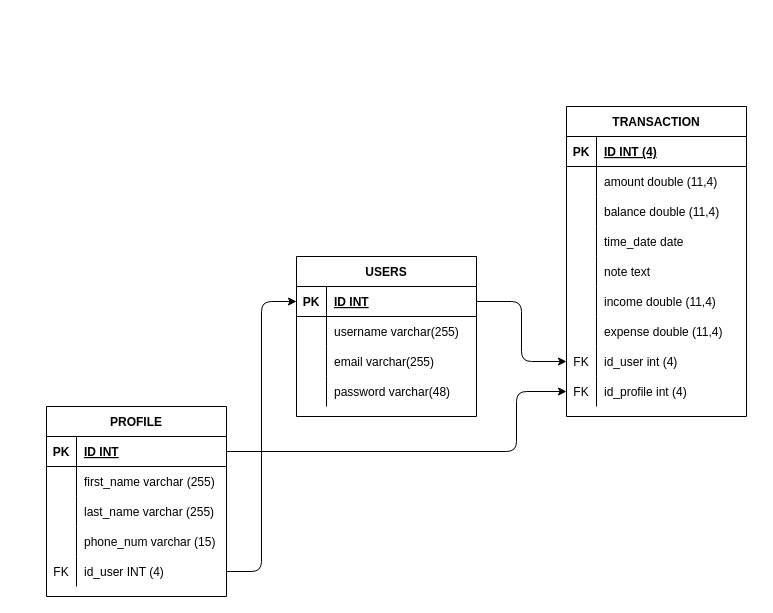
Above: zwalet.drawio in asepsetiawan9/fw9-backend (draw.io), before the change. Source tidied: cells renumbered, new cells numbered last; positions are measured from the earlier drawing's top-left corner, leaving out a move shared by most shapes. Both pictures are drawn from the tidied source at 100%, with x=0, y=0 at pixel (46, 106).
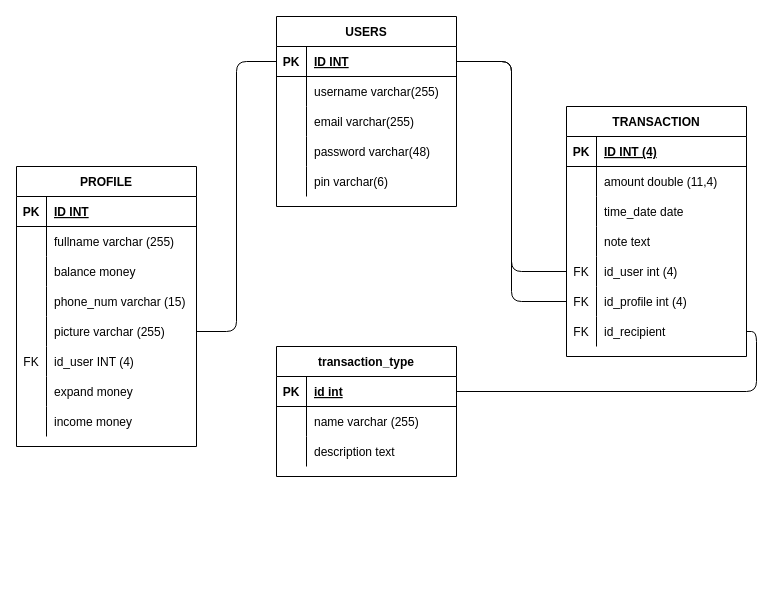
Above is the later version.

The change refers to these unchanged cells:
```xml
<mxCell id="3" style="shape=partialRectangle;fillColor=none;top=0;left=0;bottom=1;right=0;points=[[0,0.5],[1,0.5]];portConstraint=eastwest;" parent="2" vertex="1">
  <mxGeometry y="30" width="180" height="30" as="geometry" />
</mxCell>
<mxCell id="6" style="shape=partialRectangle;fillColor=none;top=0;left=0;bottom=0;right=0;" parent="2" vertex="1">
  <mxGeometry y="60" width="180" height="30" as="geometry" />
</mxCell>
<mxCell id="9" style="shape=partialRectangle;fillColor=none;top=0;left=0;bottom=0;right=0;" parent="2" vertex="1">
  <mxGeometry y="90" width="180" height="30" as="geometry" />
</mxCell>
<mxCell id="15" style="shape=partialRectangle;fillColor=none;top=0;left=0;bottom=0;right=0;points=[[0,0.5],[1,0.5]];portConstraint=eastwest;" parent="2" vertex="1">
  <mxGeometry y="150" width="180" height="30" as="geometry" />
</mxCell>
<mxCell id="19" style="shape=partialRectangle;fillColor=none;top=0;left=0;bottom=1;right=0;points=[[0,0.5],[1,0.5]];portConstraint=eastwest;" parent="18" vertex="1">
  <mxGeometry y="30" width="180" height="30" as="geometry" />
</mxCell>
```

Diff of the diagram source:
```diff
@@
     <mxCell id="2" value="PROFILE" style="shape=table;startSize=30;childLayout=tableLayout;rowLines=0;fontStyle=1;align=center;" parent="1" vertex="1">
-      <mxGeometry y="300" width="180" height="190" as="geometry" />
+      <mxGeometry x="-30" y="60" width="180" height="280" as="geometry" />
     </mxCell>
@@
-    <mxCell id="8" value="first_name varchar (255)" style="shape=partialRectangle;fillColor=none;top=0;left=0;bottom=0;right=0;align=left;spacingLeft=6;overflow=hidden;" parent="6" vertex="1">
+    <mxCell id="8" value="fullname varchar (255)" style="shape=partialRectangle;fillColor=none;top=0;left=0;bottom=0;right=0;align=left;spacingLeft=6;overflow=hidden;" parent="6" vertex="1">
       <mxGeometry x="30" width="150" height="30" as="geometry" />
     </mxCell>
@@
-    <mxCell id="11" value="last_name varchar (255)" style="shape=partialRectangle;fillColor=none;top=0;left=0;bottom=0;right=0;align=left;spacingLeft=6;overflow=hidden;" parent="9" vertex="1">
+    <mxCell id="11" value="balance money" style="shape=partialRectangle;fillColor=none;top=0;left=0;bottom=0;right=0;align=left;spacingLeft=6;overflow=hidden;" parent="9" vertex="1">
       <mxGeometry x="30" width="150" height="30" as="geometry" />
     </mxCell>
@@
-    <mxCell id="16" value="FK" style="shape=partialRectangle;fillColor=none;top=0;left=0;bottom=0;right=0;overflow=hidden;" parent="15" vertex="1">
+    <mxCell id="16" style="shape=partialRectangle;fillColor=none;top=0;left=0;bottom=0;right=0;overflow=hidden;" parent="15" vertex="1">
       <mxGeometry width="30" height="30" as="geometry" />
     </mxCell>
-    <mxCell id="17" value="id_user INT (4)" style="shape=partialRectangle;fillColor=none;top=0;left=0;bottom=0;right=0;align=left;spacingLeft=6;overflow=hidden;" parent="15" vertex="1">
+    <mxCell id="17" value="picture varchar (255)" style="shape=partialRectangle;fillColor=none;top=0;left=0;bottom=0;right=0;align=left;spacingLeft=6;overflow=hidden;" parent="15" vertex="1">
       <mxGeometry x="30" width="150" height="30" as="geometry" />
     </mxCell>
+    <mxCell id="47" style="shape=partialRectangle;fillColor=none;top=0;left=0;bottom=0;right=0;" parent="2" vertex="1">
+      <mxGeometry y="180" width="180" height="30" as="geometry" />
+    </mxCell>
+    <mxCell id="62" value="FK" style="shape=partialRectangle;fillColor=none;top=0;left=0;bottom=0;right=0;overflow=hidden;" parent="47" vertex="1">
+      <mxGeometry width="30" height="30" as="geometry" />
+    </mxCell>
+    <mxCell id="63" value="id_user INT (4)" style="shape=partialRectangle;fillColor=none;top=0;left=0;bottom=0;right=0;align=left;spacingLeft=6;overflow=hidden;" parent="47" vertex="1">
+      <mxGeometry x="30" width="150" height="30" as="geometry" />
+    </mxCell>
+    <mxCell id="64" style="shape=partialRectangle;fillColor=none;top=0;left=0;bottom=0;right=0;" parent="2" vertex="1">
+      <mxGeometry y="210" width="180" height="30" as="geometry" />
+    </mxCell>
+    <mxCell id="65" style="shape=partialRectangle;fillColor=none;top=0;left=0;bottom=0;right=0;overflow=hidden;" parent="64" vertex="1">
+      <mxGeometry width="30" height="30" as="geometry" />
+    </mxCell>
+    <mxCell id="66" value="expand money" style="shape=partialRectangle;fillColor=none;top=0;left=0;bottom=0;right=0;align=left;spacingLeft=6;overflow=hidden;" parent="64" vertex="1">
+      <mxGeometry x="30" width="150" height="30" as="geometry" />
+    </mxCell>
+    <mxCell id="67" style="shape=partialRectangle;fillColor=none;top=0;left=0;bottom=0;right=0;" parent="2" vertex="1">
+      <mxGeometry y="240" width="180" height="30" as="geometry" />
+    </mxCell>
+    <mxCell id="68" style="shape=partialRectangle;fillColor=none;top=0;left=0;bottom=0;right=0;overflow=hidden;" parent="67" vertex="1">
+      <mxGeometry width="30" height="30" as="geometry" />
+    </mxCell>
+    <mxCell id="69" value="income money" style="shape=partialRectangle;fillColor=none;top=0;left=0;bottom=0;right=0;align=left;spacingLeft=6;overflow=hidden;" parent="67" vertex="1">
+      <mxGeometry x="30" width="150" height="30" as="geometry" />
+    </mxCell>
     <mxCell id="18" value="USERS" style="shape=table;startSize=30;childLayout=tableLayout;rowLines=0;fontStyle=1;align=center;" parent="1" vertex="1">
-      <mxGeometry x="250" y="150" width="180" height="160" as="geometry" />
+      <mxGeometry x="230" y="-90" width="180" height="190" as="geometry" />
     </mxCell>
@@
+    <mxCell id="70" style="shape=partialRectangle;fillColor=none;top=0;left=0;bottom=0;right=0;" parent="18" vertex="1">
+      <mxGeometry y="150" width="180" height="30" as="geometry" />
+    </mxCell>
+    <mxCell id="71" style="shape=partialRectangle;fillColor=none;top=0;left=0;bottom=0;right=0;overflow=hidden;" parent="70" vertex="1">
+      <mxGeometry width="30" height="30" as="geometry" />
+    </mxCell>
+    <mxCell id="72" value="pin varchar(6)" style="shape=partialRectangle;fillColor=none;top=0;left=0;bottom=0;right=0;align=left;spacingLeft=6;overflow=hidden;" parent="70" vertex="1">
+      <mxGeometry x="30" width="150" height="30" as="geometry" />
+    </mxCell>
     <mxCell id="31" value="TRANSACTION" style="shape=table;startSize=30;childLayout=tableLayout;rowLines=0;fontStyle=1;align=center;" parent="1" vertex="1">
-      <mxGeometry x="520" width="180" height="310" as="geometry" />
+      <mxGeometry x="520" width="180" height="250" as="geometry" />
     </mxCell>
@@
-    <mxCell id="38" style="shape=partialRectangle;fillColor=none;top=0;left=0;bottom=0;right=0;" parent="31" vertex="1">
-      <mxGeometry y="90" width="180" height="30" as="geometry" />
-    </mxCell>
-    <mxCell id="39" style="shape=partialRectangle;fillColor=none;top=0;left=0;bottom=0;right=0;overflow=hidden;" parent="38" vertex="1">
-      <mxGeometry width="30" height="30" as="geometry" />
-    </mxCell>
-    <mxCell id="40" value="balance double (11,4)" style="shape=partialRectangle;fillColor=none;top=0;left=0;bottom=0;right=0;align=left;spacingLeft=6;overflow=hidden;" parent="38" vertex="1">
-      <mxGeometry x="30" width="150" height="30" as="geometry" />
-    </mxCell>
     <mxCell id="41" style="shape=partialRectangle;fillColor=none;top=0;left=0;bottom=0;right=0;" parent="31" vertex="1">
-      <mxGeometry y="120" width="180" height="30" as="geometry" />
+      <mxGeometry y="90" width="180" height="30" as="geometry" />
     </mxCell>
@@
     <mxCell id="44" style="shape=partialRectangle;fillColor=none;top=0;left=0;bottom=0;right=0;" parent="31" vertex="1">
-      <mxGeometry y="150" width="180" height="30" as="geometry" />
+      <mxGeometry y="120" width="180" height="30" as="geometry" />
     </mxCell>
@@
-    <mxCell id="47" style="shape=partialRectangle;fillColor=none;top=0;left=0;bottom=0;right=0;" parent="31" vertex="1">
-      <mxGeometry y="180" width="180" height="30" as="geometry" />
-    </mxCell>
-    <mxCell id="48" style="shape=partialRectangle;fillColor=none;top=0;left=0;bottom=0;right=0;overflow=hidden;" parent="47" vertex="1">
-      <mxGeometry width="30" height="30" as="geometry" />
-    </mxCell>
-    <mxCell id="49" value="income double (11,4)" style="shape=partialRectangle;fillColor=none;top=0;left=0;bottom=0;right=0;align=left;spacingLeft=6;overflow=hidden;" parent="47" vertex="1">
-      <mxGeometry x="30" width="150" height="30" as="geometry" />
-    </mxCell>
-    <mxCell id="50" style="shape=partialRectangle;fillColor=none;top=0;left=0;bottom=0;right=0;points=[[0,0.5],[1,0.5]];portConstraint=eastwest;" parent="31" vertex="1">
-      <mxGeometry y="210" width="180" height="30" as="geometry" />
-    </mxCell>
-    <mxCell id="51" style="shape=partialRectangle;fillColor=none;top=0;left=0;bottom=0;right=0;overflow=hidden;" parent="50" vertex="1">
-      <mxGeometry width="30" height="30" as="geometry" />
-    </mxCell>
-    <mxCell id="52" value="expense double (11,4)" style="shape=partialRectangle;fillColor=none;top=0;left=0;bottom=0;right=0;align=left;spacingLeft=6;overflow=hidden;" parent="50" vertex="1">
-      <mxGeometry x="30" width="150" height="30" as="geometry" />
-    </mxCell>
     <mxCell id="53" style="shape=partialRectangle;fillColor=none;top=0;left=0;bottom=0;right=0;points=[[0,0.5],[1,0.5]];portConstraint=eastwest;" parent="31" vertex="1">
-      <mxGeometry y="240" width="180" height="30" as="geometry" />
+      <mxGeometry y="150" width="180" height="30" as="geometry" />
     </mxCell>
@@
     <mxCell id="56" style="shape=partialRectangle;fillColor=none;top=0;left=0;bottom=0;right=0;points=[[0,0.5],[1,0.5]];portConstraint=eastwest;" parent="31" vertex="1">
-      <mxGeometry y="270" width="180" height="30" as="geometry" />
+      <mxGeometry y="180" width="180" height="30" as="geometry" />
     </mxCell>
@@
+    <mxCell id="50" style="shape=partialRectangle;fillColor=none;top=0;left=0;bottom=0;right=0;points=[[0,0.5],[1,0.5]];portConstraint=eastwest;" parent="31" vertex="1">
+      <mxGeometry y="210" width="180" height="30" as="geometry" />
+    </mxCell>
+    <mxCell id="51" value="FK" style="shape=partialRectangle;fillColor=none;top=0;left=0;bottom=0;right=0;overflow=hidden;" parent="50" vertex="1">
+      <mxGeometry width="30" height="30" as="geometry" />
+    </mxCell>
+    <mxCell id="52" value="id_recipient" style="shape=partialRectangle;fillColor=none;top=0;left=0;bottom=0;right=0;align=left;spacingLeft=6;overflow=hidden;" parent="50" vertex="1">
+      <mxGeometry x="30" width="150" height="30" as="geometry" />
+    </mxCell>
-    <mxCell id="59" style="edgeStyle=orthogonalEdgeStyle;html=1;exitX=1;exitY=0.5;exitDx=0;exitDy=0;entryX=0;entryY=0.5;entryDx=0;entryDy=0;" parent="1" edge="1" source="15" target="19">
+    <mxCell id="59" style="edgeStyle=orthogonalEdgeStyle;html=1;exitX=1;exitY=0.5;exitDx=0;exitDy=0;entryX=0;entryY=0.5;entryDx=0;entryDy=0;endArrow=none;endFill=0;" parent="1" edge="1" source="15" target="19">
       <mxGeometry relative="1" as="geometry" />
     </mxCell>
-    <mxCell id="60" style="edgeStyle=orthogonalEdgeStyle;html=1;exitX=1;exitY=0.5;exitDx=0;exitDy=0;entryX=0;entryY=0.5;entryDx=0;entryDy=0;" parent="1" edge="1" source="19" target="53">
+    <mxCell id="60" style="edgeStyle=orthogonalEdgeStyle;html=1;exitX=1;exitY=0.5;exitDx=0;exitDy=0;entryX=0;entryY=0.5;entryDx=0;entryDy=0;endArrow=none;endFill=0;" parent="1" edge="1" source="19" target="53">
       <mxGeometry relative="1" as="geometry" />
     </mxCell>
-    <mxCell id="61" style="edgeStyle=orthogonalEdgeStyle;html=1;exitX=1;exitY=0.5;exitDx=0;exitDy=0;entryX=0;entryY=0.5;entryDx=0;entryDy=0;" parent="1" edge="1" source="3" target="56">
-      <mxGeometry relative="1" as="geometry">
-        <Array as="points">
-          <mxPoint x="470" y="345" />
-          <mxPoint x="470" y="285" />
-        </Array>
-      </mxGeometry>
-    </mxCell>
+    <mxCell id="73" value="transaction_type" style="shape=table;startSize=30;childLayout=tableLayout;rowLines=0;fontStyle=1;align=center;" parent="1" vertex="1">
+      <mxGeometry x="230" y="240" width="180" height="130" as="geometry" />
+    </mxCell>
+    <mxCell id="74" style="shape=partialRectangle;fillColor=none;top=0;left=0;bottom=1;right=0;points=[[0,0.5],[1,0.5]];portConstraint=eastwest;" parent="73" vertex="1">
+      <mxGeometry y="30" width="180" height="30" as="geometry" />
+    </mxCell>
+    <mxCell id="75" value="PK" style="shape=partialRectangle;fillColor=none;top=0;left=0;bottom=0;right=0;fontStyle=1;overflow=hidden;" parent="74" vertex="1">
+      <mxGeometry width="30" height="30" as="geometry" />
+    </mxCell>
+    <mxCell id="76" value="id int" style="shape=partialRectangle;fillColor=none;top=0;left=0;bottom=0;right=0;align=left;spacingLeft=6;fontStyle=5;overflow=hidden;" parent="74" vertex="1">
+      <mxGeometry x="30" width="150" height="30" as="geometry" />
+    </mxCell>
+    <mxCell id="77" style="shape=partialRectangle;fillColor=none;top=0;left=0;bottom=0;right=0;" parent="73" vertex="1">
+      <mxGeometry y="60" width="180" height="30" as="geometry" />
+    </mxCell>
+    <mxCell id="78" style="shape=partialRectangle;fillColor=none;top=0;left=0;bottom=0;right=0;overflow=hidden;" parent="77" vertex="1">
+      <mxGeometry width="30" height="30" as="geometry" />
+    </mxCell>
+    <mxCell id="79" value="name varchar (255)" style="shape=partialRectangle;fillColor=none;top=0;left=0;bottom=0;right=0;align=left;spacingLeft=6;overflow=hidden;" parent="77" vertex="1">
+      <mxGeometry x="30" width="150" height="30" as="geometry" />
+    </mxCell>
+    <mxCell id="38" style="shape=partialRectangle;fillColor=none;top=0;left=0;bottom=0;right=0;" parent="73" vertex="1">
+      <mxGeometry y="90" width="180" height="30" as="geometry" />
+    </mxCell>
+    <mxCell id="80" style="shape=partialRectangle;fillColor=none;top=0;left=0;bottom=0;right=0;overflow=hidden;" parent="38" vertex="1">
+      <mxGeometry width="30" height="30" as="geometry" />
+    </mxCell>
+    <mxCell id="81" value="description text" style="shape=partialRectangle;fillColor=none;top=0;left=0;bottom=0;right=0;align=left;spacingLeft=6;overflow=hidden;" parent="38" vertex="1">
+      <mxGeometry x="30" width="150" height="30" as="geometry" />
+    </mxCell>
+    <mxCell id="82" style="edgeStyle=orthogonalEdgeStyle;html=1;entryX=1;entryY=0.5;entryDx=0;entryDy=0;endArrow=none;endFill=0;" parent="1" edge="1" source="74" target="50">
+      <mxGeometry relative="1" as="geometry" />
+    </mxCell>
+    <mxCell id="83" style="edgeStyle=orthogonalEdgeStyle;html=1;entryX=0;entryY=0.5;entryDx=0;entryDy=0;endArrow=none;endFill=0;" parent="1" edge="1" source="19" target="56">
+      <mxGeometry relative="1" as="geometry" />
+    </mxCell>
```
